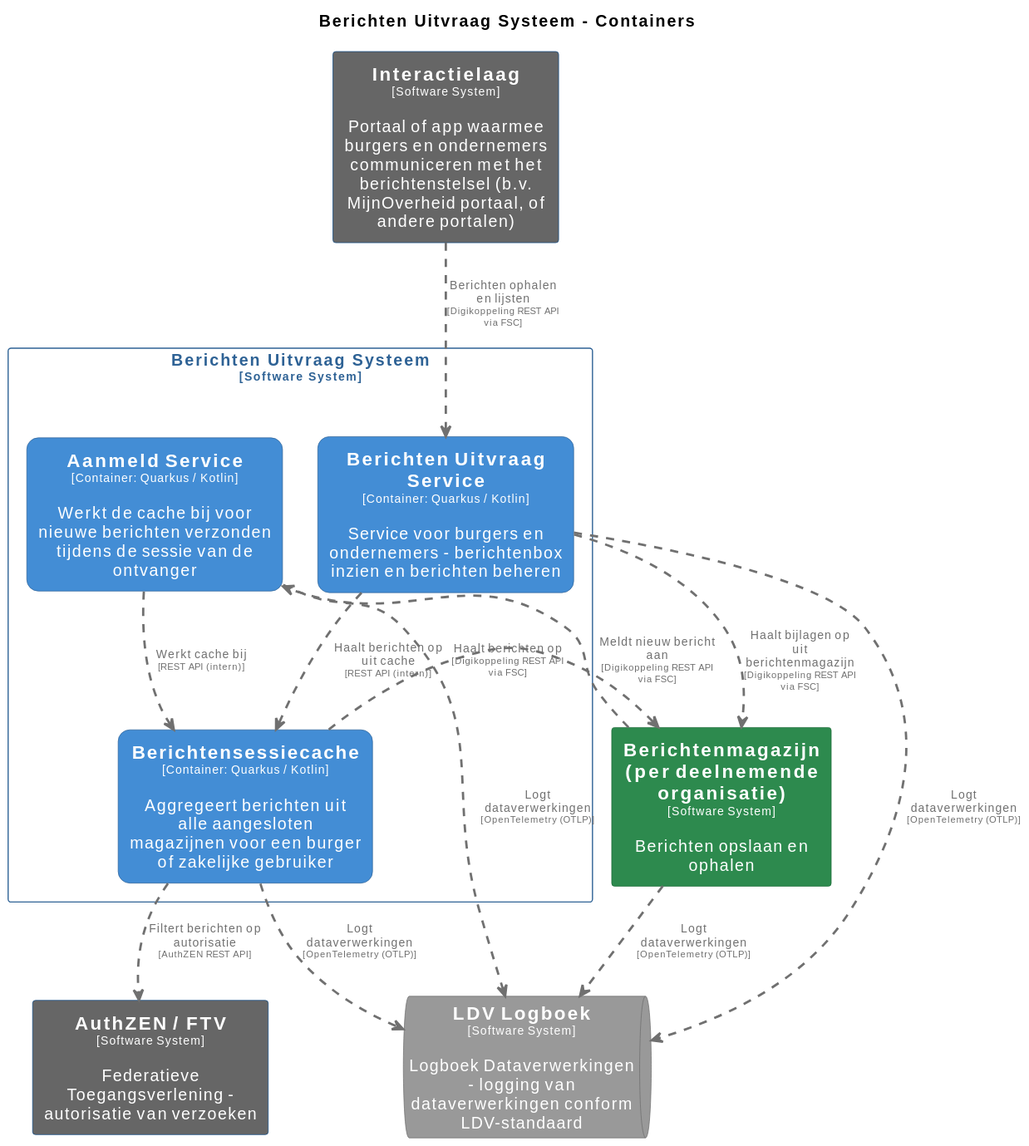
MinBZK/moza-poc-fbs-berichtenbox keeps this PlantUML diagram as master/svg/BerichtenUitvraagSysteemContainers.svg. Above is the earlier version. Its source is kept beside it as master/puml/BerichtenUitvraagSysteemContainers.puml.
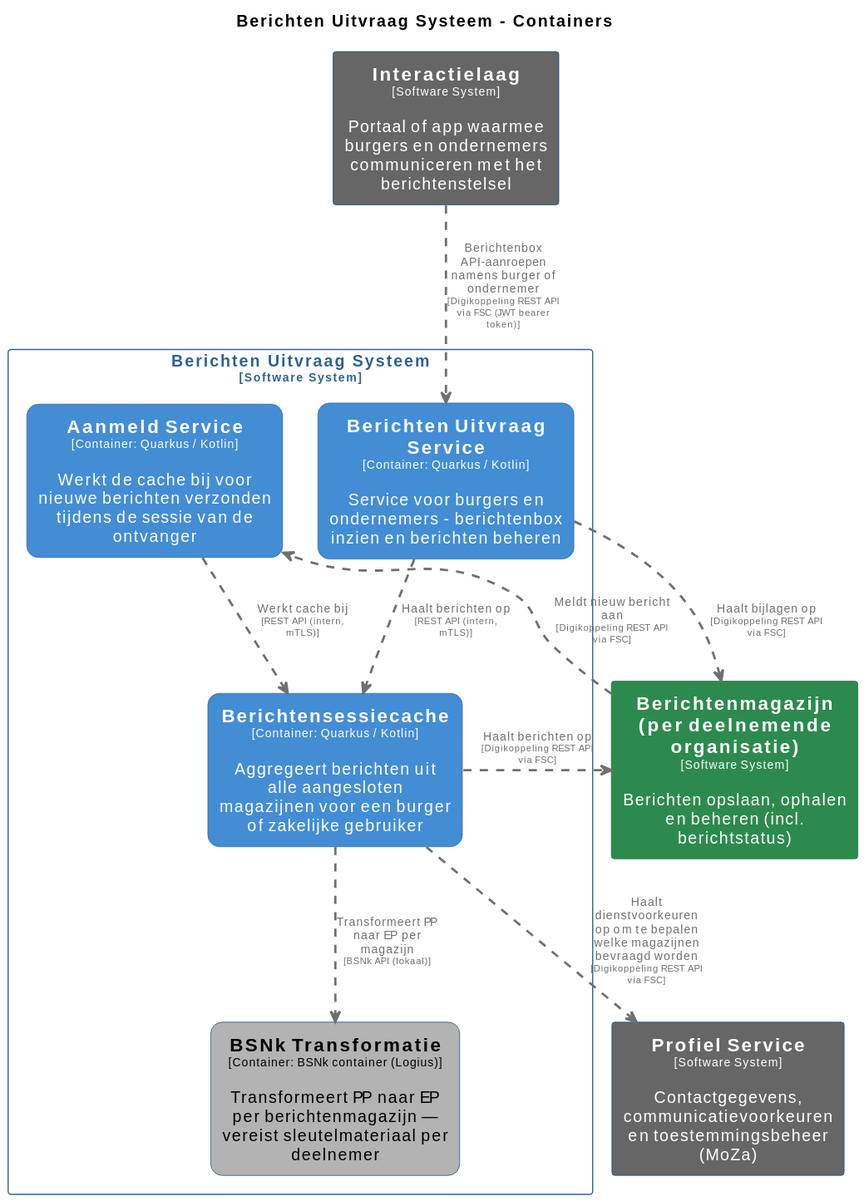
The same diagram one commit later.

What changed in the source:
```diff
@@ -22,10 +22,11 @@
   roundCorner 20
   shadowing false
 }
-skinparam rectangle<<AuthZENFTV>> {
-  BackgroundColor #666666
-  FontColor #ffffff
+skinparam rectangle<<BerichtenUitvraagSysteem.BSNkTransformatie>> {
+  BackgroundColor #b3b3b3
+  FontColor #000000
   BorderColor #0b4884
+  roundCorner 20
   shadowing false
 }
 skinparam rectangle<<BerichtenUitvraagSysteem.BerichtenUitvraagService>> {
@@ -54,10 +55,10 @@
   BorderColor #0b4884
   shadowing false
 }
-skinparam queue<<LDVLogboek>> {
-  BackgroundColor #999999
+skinparam rectangle<<ProfielService>> {
+  BackgroundColor #666666
   FontColor #ffffff
-  BorderColor #6b6b6b
+  BorderColor #0b4884
   shadowing false
 }
 skinparam rectangle<<BerichtenUitvraagSysteem>> {
@@ -66,26 +67,23 @@
   shadowing false
 }
 
-rectangle "==AuthZEN / FTV\n<size:10>[Software System]</size>\n\nFederatieve Toegangsverlening - autorisatie van verzoeken" <<AuthZENFTV>> as AuthZENFTV
-rectangle "==Interactielaag\n<size:10>[Software System]</size>\n\nPortaal of app waarmee burgers en ondernemers communiceren met het berichtenstelsel (b.v. MijnOverheid portaal, of andere portalen)" <<Interactielaag>> as Interactielaag
-rectangle "==Berichtenmagazijn (per deelnemende organisatie)\n<size:10>[Software System]</size>\n\nBerichten opslaan en ophalen" <<Berichtenmagazijnperdeelnemendeorganisatie>> as Berichtenmagazijnperdeelnemendeorganisatie
-queue "==LDV Logboek\n<size:10>[Software System]</size>\n\nLogboek Dataverwerkingen - logging van dataverwerkingen conform LDV-standaard" <<LDVLogboek>> as LDVLogboek
+rectangle "==Profiel Service\n<size:10>[Software System]</size>\n\nContactgegevens, communicatievoorkeuren en toestemmingsbeheer (MoZa)" <<ProfielService>> as ProfielService
+rectangle "==Interactielaag\n<size:10>[Software System]</size>\n\nPortaal of app waarmee burgers en ondernemers communiceren met het berichtenstelsel" <<Interactielaag>> as Interactielaag
+rectangle "==Berichtenmagazijn (per deelnemende organisatie)\n<size:10>[Software System]</size>\n\nBerichten opslaan, ophalen en beheren (incl. berichtstatus)" <<Berichtenmagazijnperdeelnemendeorganisatie>> as Berichtenmagazijnperdeelnemendeorganisatie
 
 rectangle "Berichten Uitvraag Systeem\n<size:10>[Software System]</size>" <<BerichtenUitvraagSysteem>> {
   rectangle "==Berichtensessiecache\n<size:10>[Container: Quarkus / Kotlin]</size>\n\nAggregeert berichten uit alle aangesloten magazijnen voor een burger of zakelijke gebruiker" <<BerichtenUitvraagSysteem.Berichtensessiecache>> as BerichtenUitvraagSysteem.Berichtensessiecache
   rectangle "==Berichten Uitvraag Service\n<size:10>[Container: Quarkus / Kotlin]</size>\n\nService voor burgers en ondernemers - berichtenbox inzien en berichten beheren" <<BerichtenUitvraagSysteem.BerichtenUitvraagService>> as BerichtenUitvraagSysteem.BerichtenUitvraagService
+  rectangle "==BSNk Transformatie\n<size:10>[Container: BSNk container (Logius)]</size>\n\nTransformeert PP naar EP per berichtenmagazijn — vereist sleutelmateriaal per deelnemer" <<BerichtenUitvraagSysteem.BSNkTransformatie>> as BerichtenUitvraagSysteem.BSNkTransformatie
   rectangle "==Aanmeld Service\n<size:10>[Container: Quarkus / Kotlin]</size>\n\nWerkt de cache bij voor nieuwe berichten verzonden tijdens de sessie van de ontvanger" <<BerichtenUitvraagSysteem.AanmeldService>> as BerichtenUitvraagSysteem.AanmeldService
 }
 
-BerichtenUitvraagSysteem.Berichtensessiecache .[#707070,thickness=2].> LDVLogboek : "<color:#707070>Logt dataverwerkingen\n<color:#707070><size:8>[OpenTelemetry (OTLP)]</size>"
-BerichtenUitvraagSysteem.AanmeldService .[#707070,thickness=2].> LDVLogboek : "<color:#707070>Logt dataverwerkingen\n<color:#707070><size:8>[OpenTelemetry (OTLP)]</size>"
-BerichtenUitvraagSysteem.BerichtenUitvraagService .[#707070,thickness=2].> LDVLogboek : "<color:#707070>Logt dataverwerkingen\n<color:#707070><size:8>[OpenTelemetry (OTLP)]</size>"
-BerichtenUitvraagSysteem.AanmeldService .[#707070,thickness=2].> BerichtenUitvraagSysteem.Berichtensessiecache : "<color:#707070>Werkt cache bij\n<color:#707070><size:8>[REST API (intern)]</size>"
-BerichtenUitvraagSysteem.BerichtenUitvraagService .[#707070,thickness=2].> BerichtenUitvraagSysteem.Berichtensessiecache : "<color:#707070>Haalt berichten op uit cache\n<color:#707070><size:8>[REST API (intern)]</size>"
-Interactielaag .[#707070,thickness=2].> BerichtenUitvraagSysteem.BerichtenUitvraagService : "<color:#707070>Berichten ophalen en lijsten\n<color:#707070><size:8>[Digikoppeling REST API via FSC]</size>"
-BerichtenUitvraagSysteem.BerichtenUitvraagService .[#707070,thickness=2].> Berichtenmagazijnperdeelnemendeorganisatie : "<color:#707070>Haalt bijlagen op uit berichtenmagazijn\n<color:#707070><size:8>[Digikoppeling REST API via FSC]</size>"
 Berichtenmagazijnperdeelnemendeorganisatie .[#707070,thickness=2].> BerichtenUitvraagSysteem.AanmeldService : "<color:#707070>Meldt nieuw bericht aan\n<color:#707070><size:8>[Digikoppeling REST API via FSC]</size>"
-BerichtenUitvraagSysteem.Berichtensessiecache .[#707070,thickness=2].> AuthZENFTV : "<color:#707070>Filtert berichten op autorisatie\n<color:#707070><size:8>[AuthZEN REST API]</size>"
+BerichtenUitvraagSysteem.Berichtensessiecache .[#707070,thickness=2].> ProfielService : "<color:#707070>Haalt dienstvoorkeuren op om te bepalen welke magazijnen bevraagd worden\n<color:#707070><size:8>[Digikoppeling REST API via FSC]</size>"
 BerichtenUitvraagSysteem.Berichtensessiecache .[#707070,thickness=2].> Berichtenmagazijnperdeelnemendeorganisatie : "<color:#707070>Haalt berichten op\n<color:#707070><size:8>[Digikoppeling REST API via FSC]</size>"
-Berichtenmagazijnperdeelnemendeorganisatie .[#707070,thickness=2].> LDVLogboek : "<color:#707070>Logt dataverwerkingen\n<color:#707070><size:8>[OpenTelemetry (OTLP)]</size>"
+BerichtenUitvraagSysteem.Berichtensessiecache .[#707070,thickness=2].> BerichtenUitvraagSysteem.BSNkTransformatie : "<color:#707070>Transformeert PP naar EP per magazijn\n<color:#707070><size:8>[BSNk API (lokaal)]</size>"
+BerichtenUitvraagSysteem.AanmeldService .[#707070,thickness=2].> BerichtenUitvraagSysteem.Berichtensessiecache : "<color:#707070>Werkt cache bij\n<color:#707070><size:8>[REST API (intern, mTLS)]</size>"
+BerichtenUitvraagSysteem.BerichtenUitvraagService .[#707070,thickness=2].> BerichtenUitvraagSysteem.Berichtensessiecache : "<color:#707070>Haalt berichten op\n<color:#707070><size:8>[REST API (intern, mTLS)]</size>"
+Interactielaag .[#707070,thickness=2].> BerichtenUitvraagSysteem.BerichtenUitvraagService : "<color:#707070>Berichtenbox API-aanroepen namens burger of ondernemer\n<color:#707070><size:8>[Digikoppeling REST API via FSC (JWT bearer token)]</size>"
+BerichtenUitvraagSysteem.BerichtenUitvraagService .[#707070,thickness=2].> Berichtenmagazijnperdeelnemendeorganisatie : "<color:#707070>Haalt bijlagen op\n<color:#707070><size:8>[Digikoppeling REST API via FSC]</size>"
 @enduml
```
